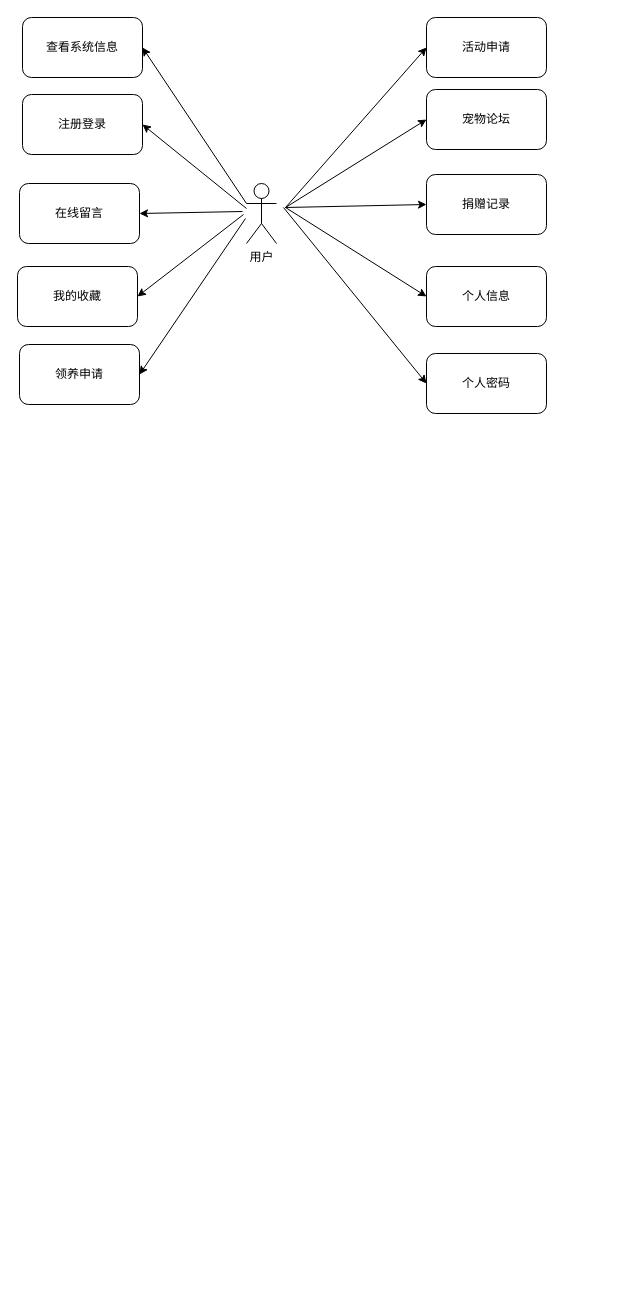
This is 未命名绘图.drawio from akpacaw/alpaca, a draw.io file, before an edit. Source tidied: cells renumbered, new cells numbered last; positions are measured from the earlier drawing's top-left corner, leaving out a move shared by most shapes. Both pictures are drawn from the tidied source at 100%, with x=0, y=0 at pixel (17, 17).
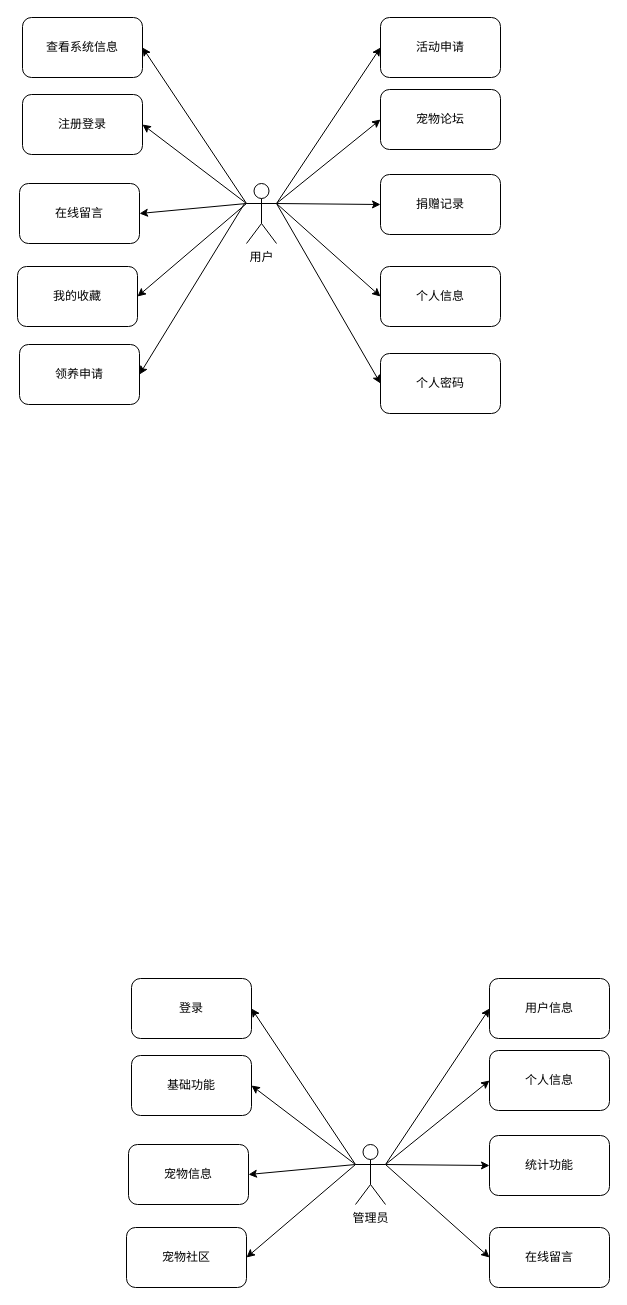
Above is the later version.

Commit message:
更新未命名绘图.drawio

The change refers to these unchanged cells:
```xml
<mxCell id="2" value="用户" style="shape=umlActor;verticalLabelPosition=bottom;verticalAlign=top;html=1;outlineConnect=0;" parent="1" vertex="1">
  <mxGeometry x="229" y="166" width="30" height="60" as="geometry" />
</mxCell>
<mxCell id="3" value="在线留言" style="rounded=1;whiteSpace=wrap;html=1;verticalAlign=middle;align=center;" parent="1" vertex="1">
  <mxGeometry x="2" y="166" width="120" height="60" as="geometry" />
</mxCell>
<mxCell id="4" value="我的收藏" style="rounded=1;whiteSpace=wrap;html=1;" parent="1" vertex="1">
  <mxGeometry y="249" width="120" height="60" as="geometry" />
</mxCell>
<mxCell id="5" value="注册登录" style="rounded=1;whiteSpace=wrap;html=1;" parent="1" vertex="1">
  <mxGeometry x="5" y="77" width="120" height="60" as="geometry" />
</mxCell>
<mxCell id="6" value="查看系统信息" style="rounded=1;whiteSpace=wrap;html=1;" parent="1" vertex="1">
  <mxGeometry x="5" width="120" height="60" as="geometry" />
</mxCell>
<mxCell id="7" value="领养申请" style="rounded=1;whiteSpace=wrap;html=1;" parent="1" vertex="1">
  <mxGeometry x="2" y="327" width="120" height="60" as="geometry" />
</mxCell>
```

Change to the diagram source:
```diff
@@
     <mxCell id="8" value="活动申请" style="rounded=1;whiteSpace=wrap;html=1;" parent="1" vertex="1">
-      <mxGeometry x="409" width="120" height="60" as="geometry" />
+      <mxGeometry x="363" width="120" height="60" as="geometry" />
     </mxCell>
     <mxCell id="9" value="宠物论坛" style="rounded=1;whiteSpace=wrap;html=1;" parent="1" vertex="1">
-      <mxGeometry x="409" y="72" width="120" height="60" as="geometry" />
+      <mxGeometry x="363" y="72" width="120" height="60" as="geometry" />
     </mxCell>
     <mxCell id="10" value="捐赠记录" style="rounded=1;whiteSpace=wrap;html=1;" parent="1" vertex="1">
-      <mxGeometry x="409" y="157" width="120" height="60" as="geometry" />
+      <mxGeometry x="363" y="157" width="120" height="60" as="geometry" />
     </mxCell>
     <mxCell id="11" value="个人信息" style="rounded=1;whiteSpace=wrap;html=1;" parent="1" vertex="1">
-      <mxGeometry x="409" y="249" width="120" height="60" as="geometry" />
+      <mxGeometry x="363" y="249" width="120" height="60" as="geometry" />
     </mxCell>
     <mxCell id="12" value="个人密码" style="rounded=1;whiteSpace=wrap;html=1;" parent="1" vertex="1">
-      <mxGeometry x="409" y="336" width="120" height="60" as="geometry" />
+      <mxGeometry x="363" y="336" width="120" height="60" as="geometry" />
     </mxCell>
-    <mxCell id="13" style="endArrow=classic;html=1;rounded=0;entryX=0;entryY=0.5;entryDx=0;entryDy=0;" parent="1" edge="1" target="8">
-      <mxGeometry relative="1" as="geometry">
-        <mxPoint x="268" y="190" as="sourcePoint" />
-      </mxGeometry>
-    </mxCell>
-    <mxCell id="14" style="endArrow=classic;html=1;rounded=0;entryX=0;entryY=0.5;entryDx=0;entryDy=0;" parent="1" edge="1" target="9">
-      <mxGeometry relative="1" as="geometry">
-        <mxPoint x="268" y="190" as="sourcePoint" />
-      </mxGeometry>
-    </mxCell>
-    <mxCell id="15" style="endArrow=classic;html=1;rounded=0;entryX=0;entryY=0.5;entryDx=0;entryDy=0;" parent="1" edge="1" target="10">
-      <mxGeometry relative="1" as="geometry">
-        <mxPoint x="268" y="190" as="sourcePoint" />
-      </mxGeometry>
-    </mxCell>
-    <mxCell id="16" style="endArrow=classic;html=1;rounded=0;entryX=0;entryY=0.5;entryDx=0;entryDy=0;" parent="1" edge="1" target="11">
-      <mxGeometry relative="1" as="geometry">
-        <mxPoint x="268" y="190" as="sourcePoint" />
-      </mxGeometry>
-    </mxCell>
-    <mxCell id="17" style="endArrow=classic;html=1;rounded=0;entryX=0;entryY=0.5;entryDx=0;entryDy=0;" parent="1" edge="1" target="12">
-      <mxGeometry relative="1" as="geometry">
-        <mxPoint x="266" y="190" as="sourcePoint" />
-      </mxGeometry>
-    </mxCell>
-    <mxCell id="18" style="endArrow=classic;html=1;rounded=0;entryX=1;entryY=0.5;entryDx=0;entryDy=0;" parent="1" edge="1" target="5">
-      <mxGeometry relative="1" as="geometry">
-        <mxPoint x="229" y="191" as="sourcePoint" />
-      </mxGeometry>
-    </mxCell>
-    <mxCell id="19" style="endArrow=classic;html=1;rounded=0;entryX=1;entryY=0.5;entryDx=0;entryDy=0;" parent="1" edge="1" target="3">
-      <mxGeometry relative="1" as="geometry">
-        <mxPoint x="225" y="194" as="sourcePoint" />
-      </mxGeometry>
-    </mxCell>
-    <mxCell id="20" style="endArrow=classic;html=1;rounded=0;entryX=1;entryY=0.5;entryDx=0;entryDy=0;" parent="1" edge="1" target="4">
-      <mxGeometry relative="1" as="geometry">
-        <mxPoint x="226" y="197" as="sourcePoint" />
-      </mxGeometry>
-    </mxCell>
-    <mxCell id="21" style="endArrow=classic;html=1;rounded=0;entryX=1;entryY=0.5;entryDx=0;entryDy=0;" parent="1" edge="1" target="7">
-      <mxGeometry relative="1" as="geometry">
-        <mxPoint x="228" y="201" as="sourcePoint" />
-      </mxGeometry>
-    </mxCell>
-    <mxCell id="22" style="endArrow=classic;html=1;rounded=0;entryX=1;entryY=0.5;entryDx=0;entryDy=0;exitX=0;exitY=0.3333333333333333;exitDx=0;exitDy=0;exitPerimeter=0;" parent="1" edge="1" source="2" target="6">
+    <mxCell id="22" style="endArrow=classic;html=1;rounded=0;exitX=0;exitY=0.3333333333333333;exitDx=0;exitDy=0;exitPerimeter=0;entryX=1;entryY=0.5;entryDx=0;entryDy=0;" parent="1" edge="1" source="2" target="6">
       <mxGeometry relative="1" as="geometry" />
     </mxCell>
+    <mxCell id="23" style="endArrow=classic;html=1;rounded=0;entryX=1;entryY=0.5;entryDx=0;entryDy=0;exitX=0;exitY=0.3333333333333333;exitDx=0;exitDy=0;exitPerimeter=0;" parent="1" edge="1" source="2" target="5">
+      <mxGeometry relative="1" as="geometry" />
+    </mxCell>
+    <mxCell id="24" style="endArrow=classic;html=1;rounded=0;entryX=1;entryY=0.5;entryDx=0;entryDy=0;exitX=0;exitY=0.3333333333333333;exitDx=0;exitDy=0;exitPerimeter=0;" parent="1" edge="1" source="2" target="3">
+      <mxGeometry relative="1" as="geometry" />
+    </mxCell>
+    <mxCell id="25" style="endArrow=classic;html=1;rounded=0;entryX=1;entryY=0.5;entryDx=0;entryDy=0;exitX=0;exitY=0.3333333333333333;exitDx=0;exitDy=0;exitPerimeter=0;" parent="1" edge="1" source="2" target="4">
+      <mxGeometry relative="1" as="geometry" />
+    </mxCell>
+    <mxCell id="26" style="endArrow=classic;html=1;rounded=0;entryX=1;entryY=0.5;entryDx=0;entryDy=0;" parent="1" edge="1" target="7">
+      <mxGeometry relative="1" as="geometry">
+        <mxPoint x="227" y="186" as="sourcePoint" />
+      </mxGeometry>
+    </mxCell>
+    <mxCell id="27" style="endArrow=classic;html=1;rounded=0;entryX=0;entryY=0.5;entryDx=0;entryDy=0;exitX=1;exitY=0.3333333333333333;exitDx=0;exitDy=0;exitPerimeter=0;" parent="1" edge="1" source="2" target="8">
+      <mxGeometry relative="1" as="geometry" />
+    </mxCell>
+    <mxCell id="28" style="endArrow=classic;html=1;rounded=0;entryX=0;entryY=0.5;entryDx=0;entryDy=0;exitX=1;exitY=0.3333333333333333;exitDx=0;exitDy=0;exitPerimeter=0;" parent="1" edge="1" source="2" target="9">
+      <mxGeometry relative="1" as="geometry" />
+    </mxCell>
+    <mxCell id="29" style="endArrow=classic;html=1;rounded=0;exitX=1;exitY=0.3333333333333333;exitDx=0;exitDy=0;exitPerimeter=0;entryX=0;entryY=0.5;entryDx=0;entryDy=0;" parent="1" edge="1" source="2" target="10">
+      <mxGeometry relative="1" as="geometry" />
+    </mxCell>
+    <mxCell id="30" style="endArrow=classic;html=1;rounded=0;entryX=0;entryY=0.5;entryDx=0;entryDy=0;exitX=1;exitY=0.3333333333333333;exitDx=0;exitDy=0;exitPerimeter=0;" parent="1" edge="1" source="2" target="11">
+      <mxGeometry relative="1" as="geometry" />
+    </mxCell>
+    <mxCell id="31" style="endArrow=classic;html=1;rounded=0;entryX=0;entryY=0.5;entryDx=0;entryDy=0;exitX=1;exitY=0.3333333333333333;exitDx=0;exitDy=0;exitPerimeter=0;" parent="1" edge="1" source="2" target="12">
+      <mxGeometry relative="1" as="geometry" />
+    </mxCell>
+    <mxCell id="32" value="管理员" style="shape=umlActor;verticalLabelPosition=bottom;verticalAlign=top;html=1;outlineConnect=0;" parent="1" vertex="1">
+      <mxGeometry x="338" y="1127" width="30" height="60" as="geometry" />
+    </mxCell>
+    <mxCell id="33" value="宠物信息" style="rounded=1;whiteSpace=wrap;html=1;verticalAlign=middle;align=center;" parent="1" vertex="1">
+      <mxGeometry x="111" y="1127" width="120" height="60" as="geometry" />
+    </mxCell>
+    <mxCell id="34" value="宠物社区" style="rounded=1;whiteSpace=wrap;html=1;" parent="1" vertex="1">
+      <mxGeometry x="109" y="1210" width="120" height="60" as="geometry" />
+    </mxCell>
+    <mxCell id="35" value="基础功能" style="rounded=1;whiteSpace=wrap;html=1;" parent="1" vertex="1">
+      <mxGeometry x="114" y="1038" width="120" height="60" as="geometry" />
+    </mxCell>
+    <mxCell id="36" value="登录" style="rounded=1;whiteSpace=wrap;html=1;" parent="1" vertex="1">
+      <mxGeometry x="114" y="961" width="120" height="60" as="geometry" />
+    </mxCell>
+    <mxCell id="37" value="用户信息" style="rounded=1;whiteSpace=wrap;html=1;" parent="1" vertex="1">
+      <mxGeometry x="472" y="961" width="120" height="60" as="geometry" />
+    </mxCell>
+    <mxCell id="38" value="个人信息" style="rounded=1;whiteSpace=wrap;html=1;" parent="1" vertex="1">
+      <mxGeometry x="472" y="1033" width="120" height="60" as="geometry" />
+    </mxCell>
+    <mxCell id="39" value="统计功能" style="rounded=1;whiteSpace=wrap;html=1;" parent="1" vertex="1">
+      <mxGeometry x="472" y="1118" width="120" height="60" as="geometry" />
+    </mxCell>
+    <mxCell id="40" value="在线留言" style="rounded=1;whiteSpace=wrap;html=1;" parent="1" vertex="1">
+      <mxGeometry x="472" y="1210" width="120" height="60" as="geometry" />
+    </mxCell>
+    <mxCell id="41" style="endArrow=classic;html=1;rounded=0;exitX=0;exitY=0.3333333333333333;exitDx=0;exitDy=0;exitPerimeter=0;entryX=1;entryY=0.5;entryDx=0;entryDy=0;" parent="1" edge="1" source="32" target="36">
+      <mxGeometry relative="1" as="geometry" />
+    </mxCell>
+    <mxCell id="42" style="endArrow=classic;html=1;rounded=0;entryX=1;entryY=0.5;entryDx=0;entryDy=0;exitX=0;exitY=0.3333333333333333;exitDx=0;exitDy=0;exitPerimeter=0;" parent="1" edge="1" source="32" target="35">
+      <mxGeometry relative="1" as="geometry" />
+    </mxCell>
+    <mxCell id="43" style="endArrow=classic;html=1;rounded=0;entryX=1;entryY=0.5;entryDx=0;entryDy=0;exitX=0;exitY=0.3333333333333333;exitDx=0;exitDy=0;exitPerimeter=0;" parent="1" edge="1" source="32" target="33">
+      <mxGeometry relative="1" as="geometry" />
+    </mxCell>
+    <mxCell id="44" style="endArrow=classic;html=1;rounded=0;entryX=1;entryY=0.5;entryDx=0;entryDy=0;exitX=0;exitY=0.3333333333333333;exitDx=0;exitDy=0;exitPerimeter=0;" parent="1" edge="1" source="32" target="34">
+      <mxGeometry relative="1" as="geometry" />
+    </mxCell>
+    <mxCell id="45" style="endArrow=classic;html=1;rounded=0;entryX=0;entryY=0.5;entryDx=0;entryDy=0;exitX=1;exitY=0.3333333333333333;exitDx=0;exitDy=0;exitPerimeter=0;" parent="1" edge="1" source="32" target="37">
+      <mxGeometry relative="1" as="geometry" />
+    </mxCell>
+    <mxCell id="46" style="endArrow=classic;html=1;rounded=0;entryX=0;entryY=0.5;entryDx=0;entryDy=0;exitX=1;exitY=0.3333333333333333;exitDx=0;exitDy=0;exitPerimeter=0;" parent="1" edge="1" source="32" target="38">
+      <mxGeometry relative="1" as="geometry" />
+    </mxCell>
+    <mxCell id="47" style="endArrow=classic;html=1;rounded=0;exitX=1;exitY=0.3333333333333333;exitDx=0;exitDy=0;exitPerimeter=0;entryX=0;entryY=0.5;entryDx=0;entryDy=0;" parent="1" edge="1" source="32" target="39">
+      <mxGeometry relative="1" as="geometry" />
+    </mxCell>
+    <mxCell id="48" style="endArrow=classic;html=1;rounded=0;entryX=0;entryY=0.5;entryDx=0;entryDy=0;exitX=1;exitY=0.3333333333333333;exitDx=0;exitDy=0;exitPerimeter=0;" parent="1" edge="1" source="32" target="40">
+      <mxGeometry relative="1" as="geometry" />
+    </mxCell>
```
